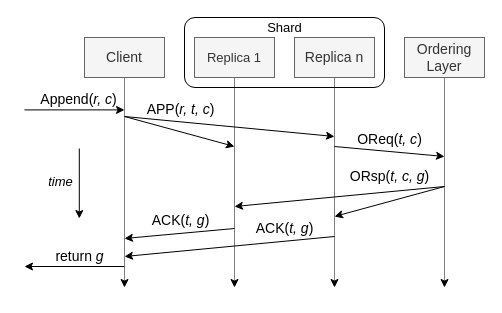
Before: docs/Flow_Append.drawio in nathanieltornow/PMLog, a draw.io diagram. Source tidied: cells renumbered, new cells numbered last; positions are measured from the earlier drawing's top-left corner, leaving out a move shared by most shapes. Both pictures are drawn from the tidied source at 100%, with x=0, y=0 at pixel (24, 17).
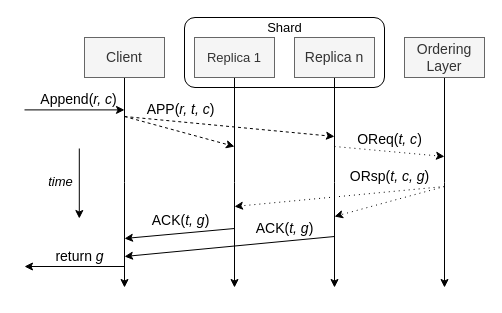
Above is the later version.

Unchanged cells that the change refers to:
```xml
<mxCell id="4" value="&lt;font style=&quot;font-size: 13px&quot;&gt;Replica 1&lt;/font&gt;" style="rounded=0;whiteSpace=wrap;html=1;fillColor=#f5f5f5;strokeColor=#666666;fontColor=#333333;" parent="1" vertex="1">
  <mxGeometry x="170" y="20" width="80" height="40" as="geometry" />
</mxCell>
<mxCell id="6" value="&lt;font style=&quot;font-size: 14px&quot;&gt;Replica n&lt;/font&gt;" style="rounded=0;whiteSpace=wrap;html=1;fillColor=#f5f5f5;strokeColor=#666666;fontColor=#333333;" parent="1" vertex="1">
  <mxGeometry x="270" y="20" width="80" height="40" as="geometry" />
</mxCell>
<mxCell id="9" value="&lt;font style=&quot;font-size: 14px&quot;&gt;Ordering Layer&lt;/font&gt;" style="rounded=0;whiteSpace=wrap;html=1;fillColor=#f5f5f5;strokeColor=#666666;fontColor=#333333;" parent="1" vertex="1">
  <mxGeometry x="380" y="20" width="80" height="40" as="geometry" />
</mxCell>
<mxCell id="11" value="&lt;font style=&quot;font-size: 14px&quot;&gt;Client&lt;/font&gt;" style="rounded=0;whiteSpace=wrap;html=1;fillColor=#f5f5f5;strokeColor=#666666;fontColor=#333333;" parent="1" vertex="1">
  <mxGeometry x="60" y="20" width="80" height="40" as="geometry" />
</mxCell>
```

Diff of the diagram source:
```diff
@@
-    <mxCell id="3" style="edgeStyle=orthogonalEdgeStyle;rounded=0;jettySize=auto;html=1;exitX=0.5;exitY=1;exitDx=0;exitDy=0;fontSize=14;dashed=1;dashPattern=1 1;" parent="1" edge="1" source="4">
+    <mxCell id="3" style="edgeStyle=orthogonalEdgeStyle;rounded=0;jettySize=auto;html=1;exitX=0.5;exitY=1;exitDx=0;exitDy=0;fontSize=14;" parent="1" edge="1" source="4">
       <mxGeometry relative="1" as="geometry">
         <mxPoint x="210" y="270" as="targetPoint" />
       </mxGeometry>
     </mxCell>
@@
-    <mxCell id="5" style="edgeStyle=orthogonalEdgeStyle;rounded=0;jettySize=auto;html=1;exitX=0.5;exitY=1;exitDx=0;exitDy=0;fontSize=14;dashed=1;dashPattern=1 1;" parent="1" edge="1" source="6">
+    <mxCell id="5" style="edgeStyle=orthogonalEdgeStyle;rounded=0;jettySize=auto;html=1;exitX=0.5;exitY=1;exitDx=0;exitDy=0;fontSize=14;" parent="1" edge="1" source="6">
       <mxGeometry relative="1" as="geometry">
         <mxPoint x="310" y="270" as="targetPoint" />
       </mxGeometry>
     </mxCell>
@@
-    <mxCell id="8" style="edgeStyle=orthogonalEdgeStyle;rounded=0;jettySize=auto;html=1;exitX=0.5;exitY=1;exitDx=0;exitDy=0;fontSize=14;dashed=1;dashPattern=1 1;" parent="1" edge="1" source="9">
+    <mxCell id="8" style="edgeStyle=orthogonalEdgeStyle;rounded=0;jettySize=auto;html=1;exitX=0.5;exitY=1;exitDx=0;exitDy=0;fontSize=14;" parent="1" edge="1" source="9">
       <mxGeometry relative="1" as="geometry">
         <mxPoint x="420" y="270" as="targetPoint" />
       </mxGeometry>
     </mxCell>
@@
-    <mxCell id="10" style="edgeStyle=orthogonalEdgeStyle;rounded=0;jettySize=auto;html=1;exitX=0.5;exitY=1;exitDx=0;exitDy=0;fontSize=14;dashed=1;dashPattern=1 1;" parent="1" edge="1" source="11">
+    <mxCell id="10" style="edgeStyle=orthogonalEdgeStyle;rounded=0;jettySize=auto;html=1;exitX=0.5;exitY=1;exitDx=0;exitDy=0;fontSize=14;" parent="1" edge="1" source="11">
       <mxGeometry relative="1" as="geometry">
         <mxPoint x="100" y="270" as="targetPoint" />
       </mxGeometry>
     </mxCell>
@@
-    <mxCell id="14" style="endArrow=classic;html=1;rounded=0;fontSize=14;" parent="1" edge="1">
+    <mxCell id="14" style="endArrow=classic;html=1;rounded=0;fontSize=14;dashed=1;" parent="1" edge="1">
       <mxGeometry relative="1" as="geometry">
         <mxPoint x="100" y="99" as="sourcePoint" />
         <mxPoint x="210" y="129" as="targetPoint" />
       </mxGeometry>
     </mxCell>
-    <mxCell id="15" style="endArrow=classic;html=1;rounded=0;fontSize=14;" parent="1" edge="1">
+    <mxCell id="15" style="endArrow=classic;html=1;rounded=0;fontSize=14;dashed=1;" parent="1" edge="1">
       <mxGeometry relative="1" as="geometry">
         <mxPoint x="100" y="99" as="sourcePoint" />
         <mxPoint x="310" y="119" as="targetPoint" />
       </mxGeometry>
     </mxCell>
@@
-    <mxCell id="17" style="endArrow=classic;html=1;rounded=0;fontSize=14;" parent="1" edge="1">
+    <mxCell id="17" style="endArrow=classic;html=1;rounded=0;fontSize=14;dashed=1;dashPattern=1 4;" parent="1" edge="1">
       <mxGeometry relative="1" as="geometry">
         <mxPoint x="310" y="129" as="sourcePoint" />
         <mxPoint x="420" y="139" as="targetPoint" />
       </mxGeometry>
     </mxCell>
@@
-    <mxCell id="19" style="endArrow=classic;html=1;rounded=0;fontSize=14;" parent="1" edge="1">
+    <mxCell id="19" style="endArrow=classic;html=1;rounded=0;fontSize=14;dashed=1;dashPattern=1 4;" parent="1" edge="1">
       <mxGeometry relative="1" as="geometry">
         <mxPoint x="420" y="169" as="sourcePoint" />
         <mxPoint x="210" y="189" as="targetPoint" />
       </mxGeometry>
     </mxCell>
@@
-    <mxCell id="21" style="endArrow=classic;html=1;rounded=0;fontSize=14;" parent="1" edge="1">
+    <mxCell id="21" style="endArrow=classic;html=1;rounded=0;fontSize=14;dashed=1;dashPattern=1 4;" parent="1" edge="1">
       <mxGeometry relative="1" as="geometry">
         <mxPoint x="420" y="169" as="sourcePoint" />
         <mxPoint x="310" y="199" as="targetPoint" />
       </mxGeometry>
     </mxCell>
```
